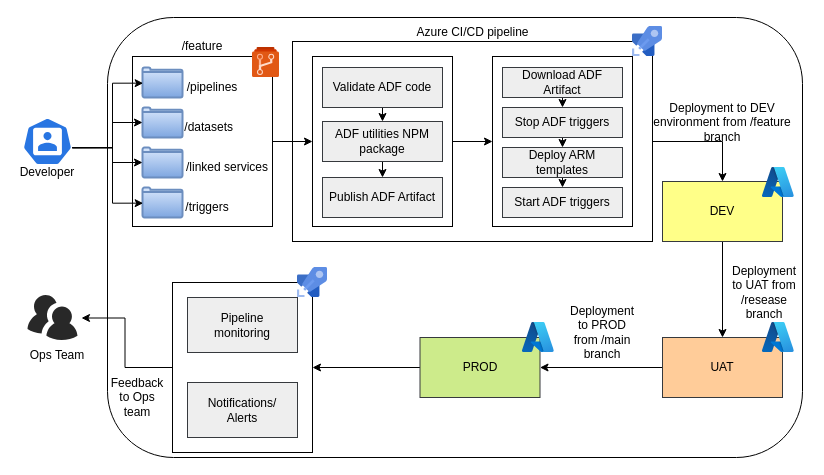
Before: Untitled Diagram.drawio in Sri-git-acc/python, a draw.io diagram. Source tidied: cells renumbered, new cells numbered last; positions are measured from the earlier drawing's top-left corner, leaving out a move shared by most shapes. Both pictures are drawn from the tidied source at 100%, with x=0, y=0 at pixel (17, 17).
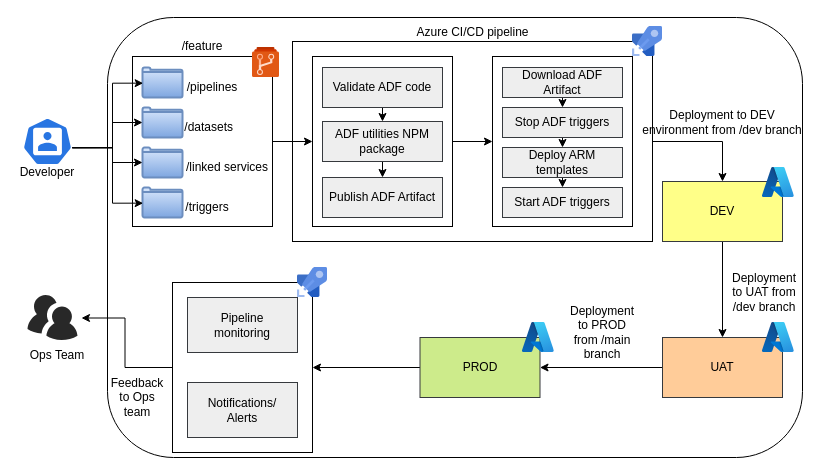
Above is the later version.

Change to the diagram source:
```diff
@@
-    <mxCell id="43" value="Deployment to DEV environment from /feature branch" style="text;html=1;whiteSpace=wrap;strokeColor=none;fillColor=none;align=center;verticalAlign=middle;rounded=0;" parent="1" vertex="1">
+    <mxCell id="43" value="Deployment to DEV environment from /dev branch" style="text;html=1;whiteSpace=wrap;strokeColor=none;fillColor=none;align=center;verticalAlign=middle;rounded=0;" parent="1" vertex="1">
       <mxGeometry x="620" y="90" width="170" height="30" as="geometry" />
     </mxCell>
@@
-    <mxCell id="49" value="Deployment to UAT from /resease branch" style="text;html=1;whiteSpace=wrap;strokeColor=none;fillColor=none;align=center;verticalAlign=middle;rounded=0;" parent="1" vertex="1">
+    <mxCell id="49" value="Deployment to UAT from /dev branch" style="text;html=1;whiteSpace=wrap;strokeColor=none;fillColor=none;align=center;verticalAlign=middle;rounded=0;" parent="1" vertex="1">
       <mxGeometry x="716.8" y="260" width="60" height="30" as="geometry" />
     </mxCell>
```
